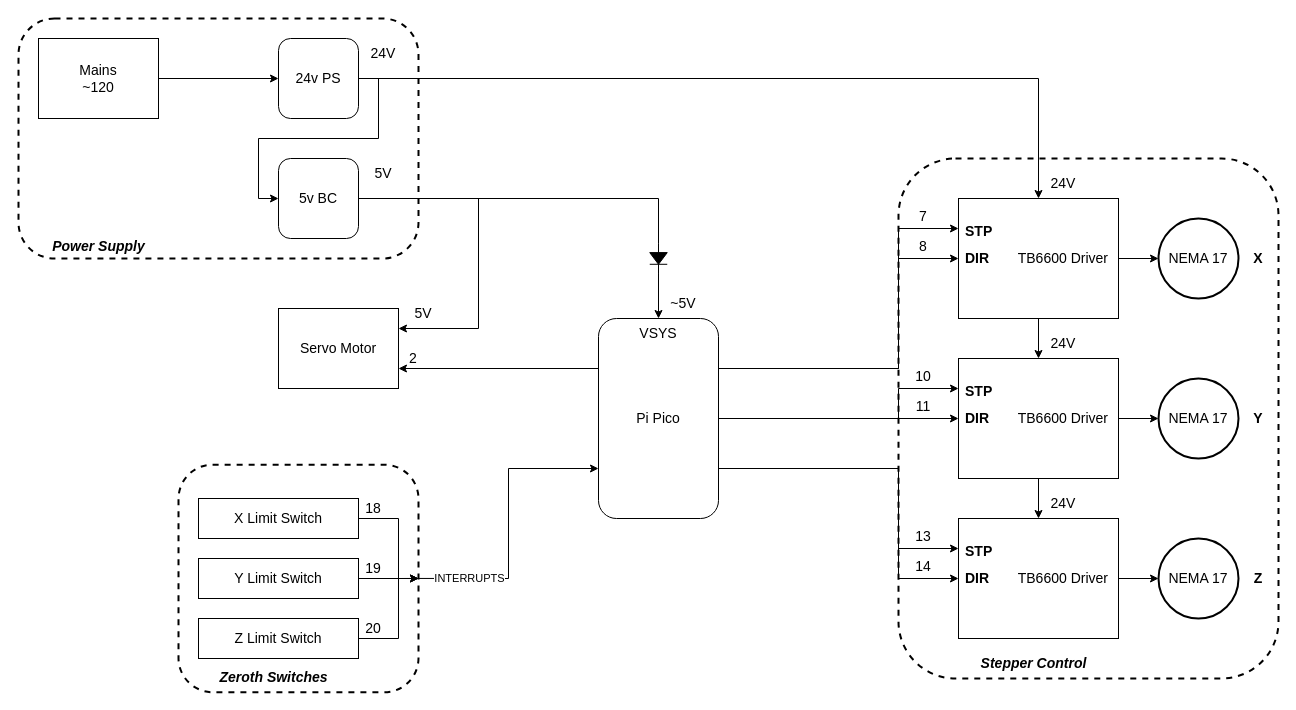
Above: diagrams/electronics.drawio in cai49/blue-bot (draw.io), before the change. Source tidied: cells renumbered, new cells numbered last; positions are measured from the earlier drawing's top-left corner, leaving out a move shared by most shapes. Both pictures are drawn from the tidied source at 100%, with x=0, y=0 at pixel (18, 18).
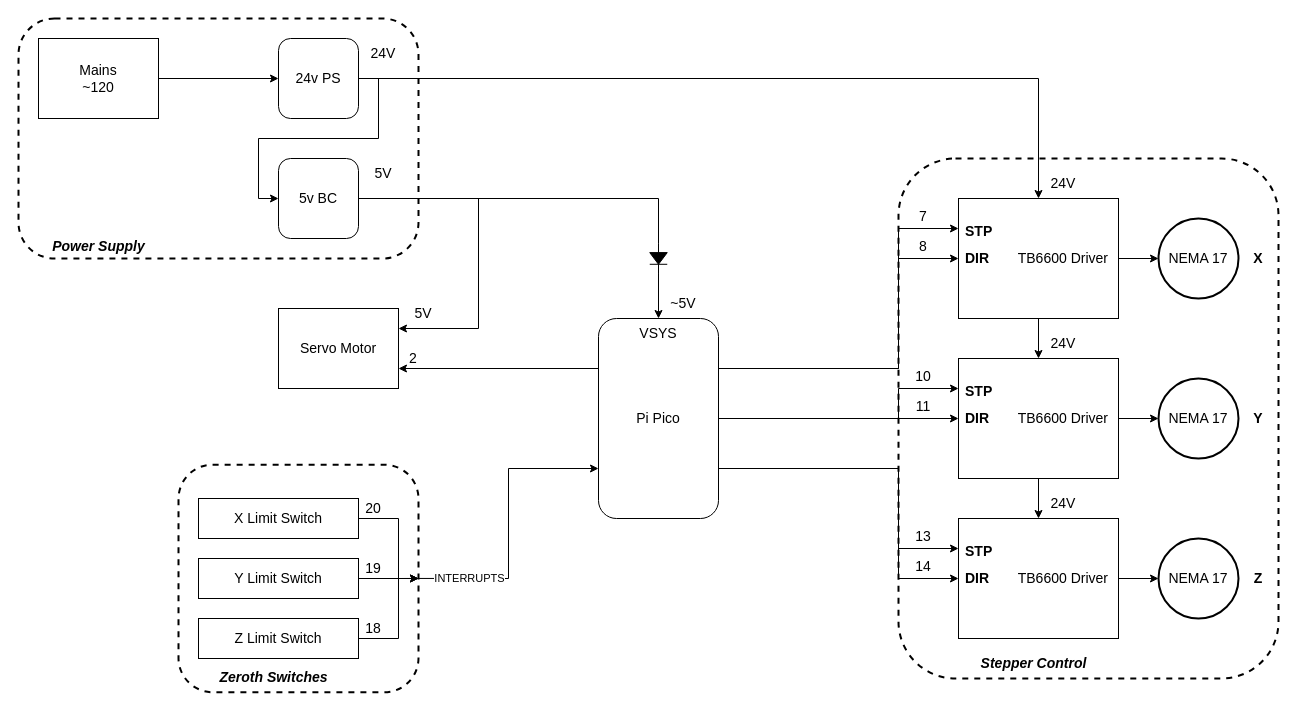
The same diagram, later.

Commit message (it also covers changes not shown here):
Create Schematics and PCB

Unchanged cells that the change refers to:
```xml
<mxCell id="35" style="group;" parent="1" vertex="1">
  <mxGeometry x="160" y="446.2" width="240" height="227.5" as="geometry" />
</mxCell>
```

The edit, as a diff of the source:
```diff
@@
-    <mxCell id="44" value="18" style="text;html=1;strokeColor=none;fillColor=none;align=center;verticalAlign=middle;whiteSpace=wrap;rounded=0;fontFamily=Cascadia Code;fontSize=14;" parent="35" vertex="1">
+    <mxCell id="44" value="20" style="text;html=1;strokeColor=none;fillColor=none;align=center;verticalAlign=middle;whiteSpace=wrap;rounded=0;fontFamily=Cascadia Code;fontSize=14;" parent="35" vertex="1">
       <mxGeometry x="180" y="33.8" width="30" height="20" as="geometry" />
     </mxCell>
@@
-    <mxCell id="46" value="20" style="text;html=1;strokeColor=none;fillColor=none;align=center;verticalAlign=middle;whiteSpace=wrap;rounded=0;fontFamily=Cascadia Code;fontSize=14;" parent="35" vertex="1">
+    <mxCell id="46" value="18" style="text;html=1;strokeColor=none;fillColor=none;align=center;verticalAlign=middle;whiteSpace=wrap;rounded=0;fontFamily=Cascadia Code;fontSize=14;" parent="35" vertex="1">
       <mxGeometry x="180" y="153.8" width="30" height="20" as="geometry" />
     </mxCell>
```
